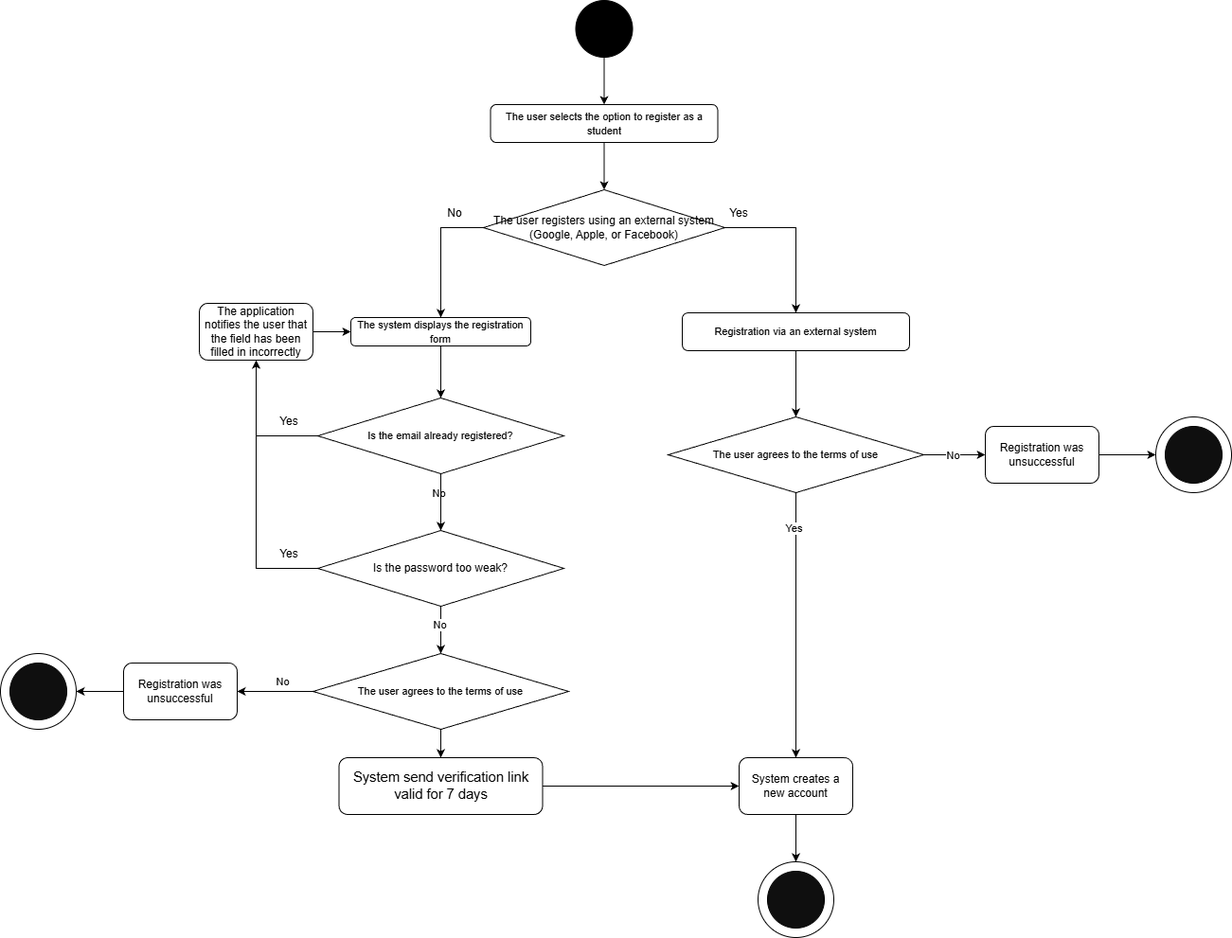
Above: activity-diagram/Register_As_Student.png in AlexShukel/PSI2025 (draw.io), before the change. Source tidied: cells renumbered, new cells last; positions are measured from the earlier drawing's top-left corner, leaving out a move shared by most shapes.
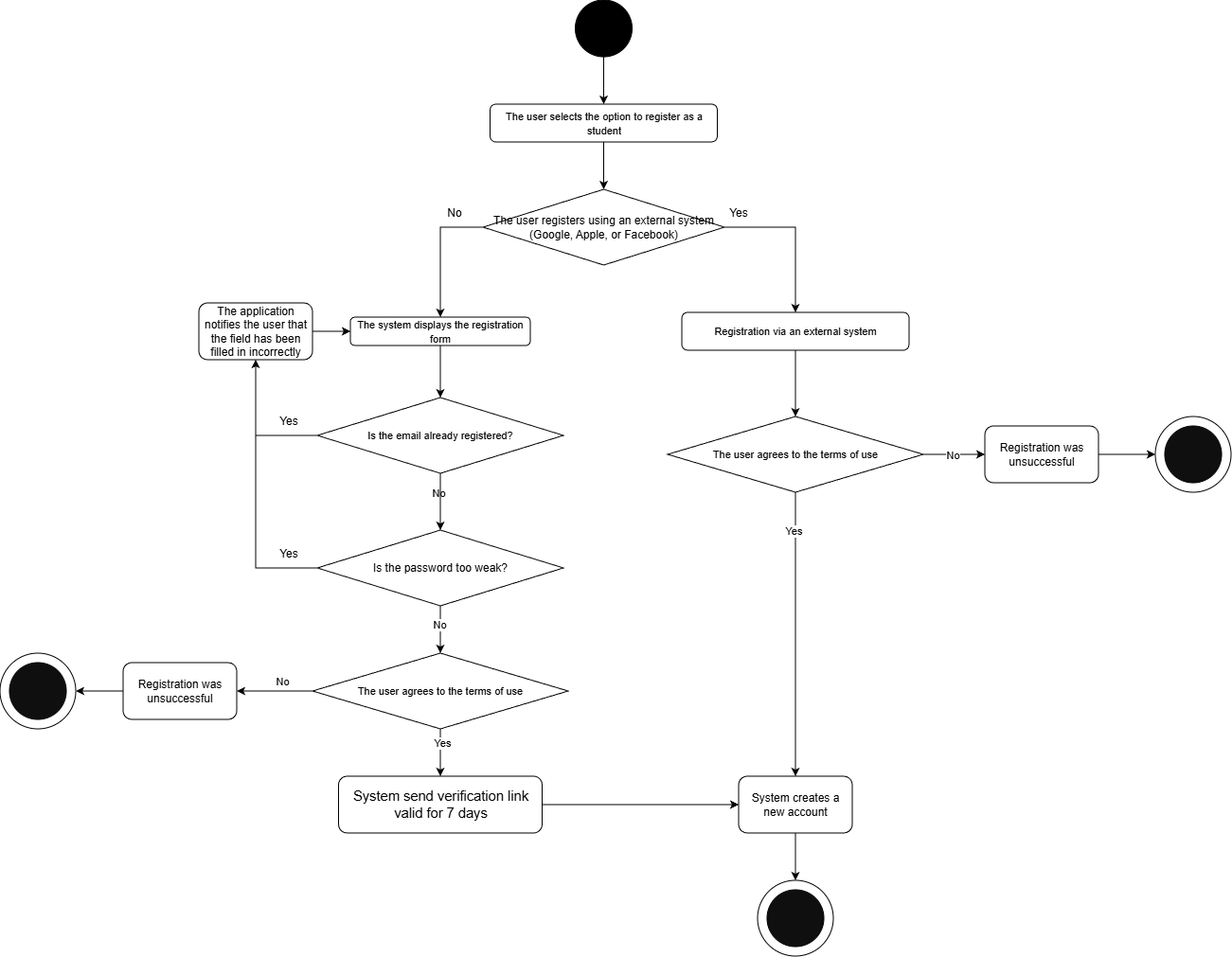
After the change.

The edit, as a diff of the source:
```diff
@@ -57,7 +57,7 @@
       <mxGeometry relative="1" as="geometry" />
     </mxCell>
     <mxCell id="20" value="System creates a new account" style="rounded=1;whiteSpace=wrap;html=1;" parent="1" vertex="1">
-      <mxGeometry x="780" y="800" width="120" height="60" as="geometry" />
+      <mxGeometry x="780" y="820" width="120" height="60" as="geometry" />
     </mxCell>
     <mxCell id="21" style="edgeStyle=orthogonalEdgeStyle;rounded=0;jettySize=auto;html=1;entryX=0.5;entryY=0;entryDx=0;entryDy=0;" parent="1" edge="1" source="22" target="48">
       <mxGeometry relative="1" as="geometry" />
@@ -78,7 +78,7 @@
       <mxGeometry relative="1" as="geometry" />
     </mxCell>
     <mxCell id="27" value="&lt;span id=&quot;docs-internal-guid-8250da57-7fff-e8ad-e50b-be7e9c9b14e4&quot;&gt;&lt;span style=&quot;font-size: 11pt; font-family: Arial, sans-serif; color: rgb(0, 0, 0); background-color: transparent; font-variant-numeric: normal; font-variant-east-asian: normal; font-variant-alternates: normal; font-variant-position: normal; font-variant-emoji: normal; vertical-align: baseline; white-space-collapse: preserve;&quot;&gt;System send verification link valid for 7 days&lt;/span&gt;&lt;/span&gt;" style="rounded=1;whiteSpace=wrap;html=1;" parent="1" vertex="1">
-      <mxGeometry x="357.5" y="800" width="215" height="60" as="geometry" />
+      <mxGeometry x="357.5" y="820" width="215" height="60" as="geometry" />
     </mxCell>
     <mxCell id="28" value="Yes" style="text;html=1;whiteSpace=wrap;strokeColor=none;fillColor=none;align=center;verticalAlign=middle;rounded=0;" parent="1" vertex="1">
       <mxGeometry x="750" y="210" width="60" height="30" as="geometry" />
@@ -99,7 +99,7 @@
       <mxGeometry x="130" y="700" width="120" height="60" as="geometry" />
     </mxCell>
     <mxCell id="34" style="group;" parent="1" vertex="1">
-      <mxGeometry x="800" y="910" width="80" height="80" as="geometry" />
+      <mxGeometry x="800" y="930" width="80" height="80" as="geometry" />
     </mxCell>
     <mxCell id="35" style="ellipse;whiteSpace=wrap;html=1;" parent="34" vertex="1">
       <mxGeometry width="80" height="80" as="geometry" />
@@ -127,6 +127,9 @@
     <mxCell id="42" style="edgeStyle=orthogonalEdgeStyle;rounded=0;jettySize=auto;html=1;entryX=0.5;entryY=0;entryDx=0;entryDy=0;" parent="1" edge="1" source="43" target="27">
       <mxGeometry relative="1" as="geometry" />
     </mxCell>
+    <mxCell id="54" value="Yes" style="edgeLabel;html=1;align=center;verticalAlign=middle;" parent="42" vertex="1">
+      <mxGeometry x="-0.4" y="2" relative="1" as="geometry" />
+    </mxCell>
     <mxCell id="43" value="&lt;span id=&quot;docs-internal-guid-e818e0be-7fff-c514-7c66-302a4996b57c&quot;&gt;&lt;span style=&quot;font-family: Arial, sans-serif; color: rgb(0, 0, 0); background-color: transparent; font-variant-numeric: normal; font-variant-east-asian: normal; font-variant-alternates: normal; font-variant-position: normal; font-variant-emoji: normal; vertical-align: baseline; white-space-collapse: preserve;&quot;&gt;&lt;font style=&quot;font-size: 11px;&quot;&gt;The user agrees to the terms of use&lt;/font&gt;&lt;/span&gt;&lt;/span&gt;" style="rhombus;whiteSpace=wrap;html=1;" parent="1" vertex="1">
       <mxGeometry x="330" y="690" width="270" height="80" as="geometry" />
     </mxCell>
```
